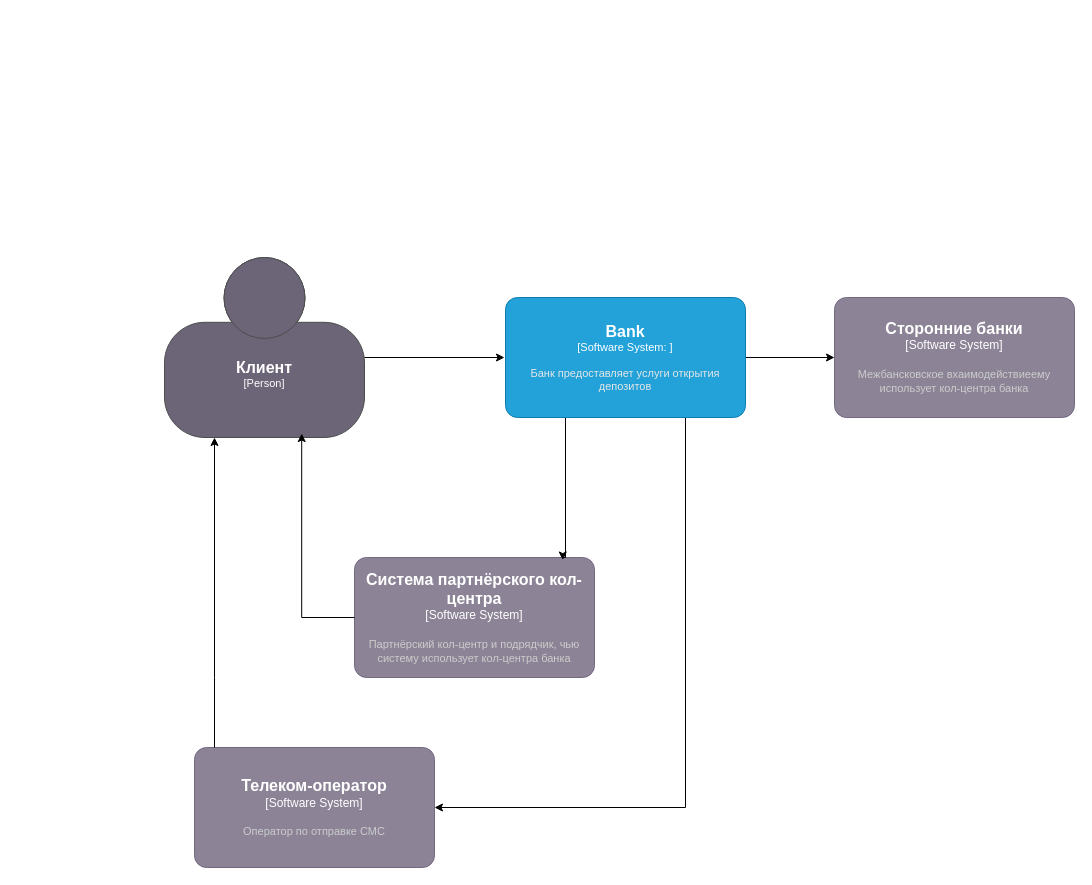
The draw.io diagram Task3/Context.drawio in alexii-potapov/architecture-standart, before the edit. Source tidied: cells renumbered, new cells numbered last; positions are measured from the earlier drawing's top-left corner, leaving out a move shared by most shapes. Both pictures are drawn from the tidied source at 100%, with x=0, y=0 at pixel (164, 257).
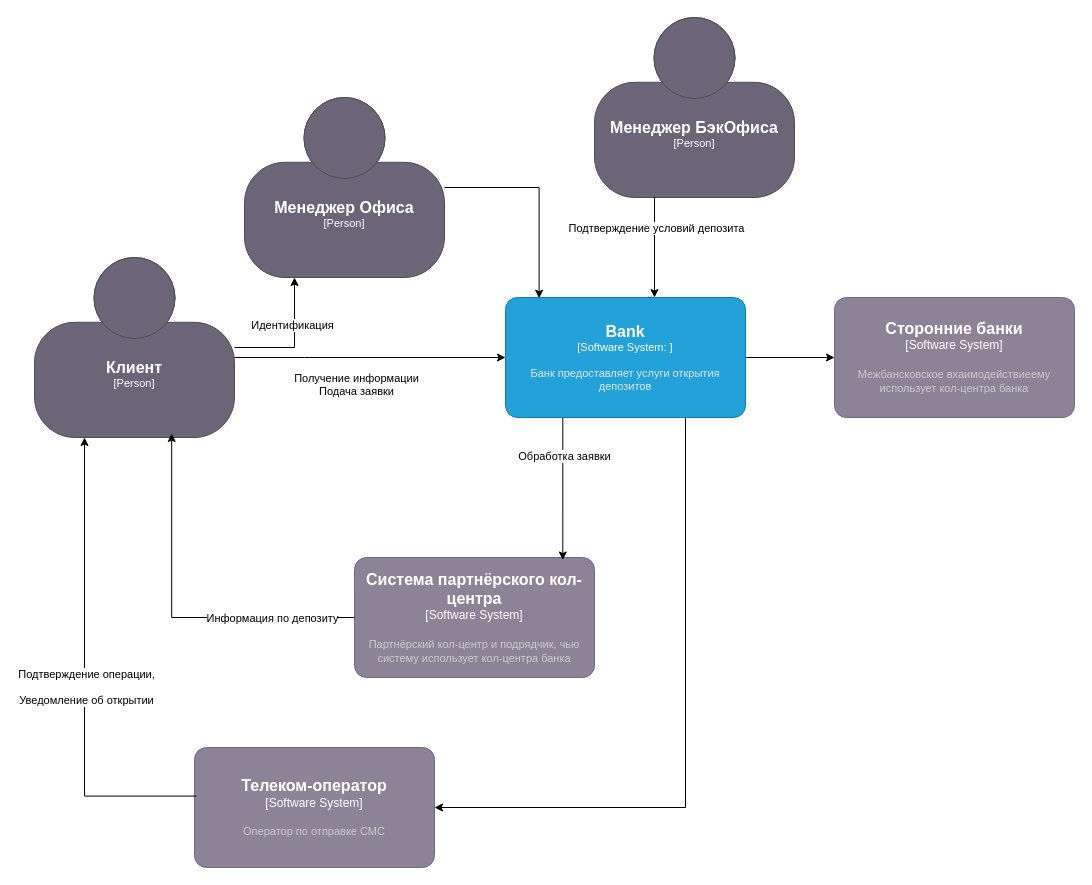
Above is the later version.

Unchanged cells that the change refers to:
```xml
<object id="3" label="&lt;font style=&quot;font-size: 16px&quot;&gt;&lt;b&gt;%c4Name%&lt;/b&gt;&lt;/font&gt;&lt;div&gt;[%c4Type%]&lt;/div&gt;&lt;br&gt;&lt;div&gt;&lt;font style=&quot;font-size: 11px&quot;&gt;&lt;font color=&quot;#cccccc&quot;&gt;%c4Description%&lt;/font&gt;&lt;/div&gt;" c4Description="Оператор по отправке СМС" c4Name="Телеком-оператор" c4Type="Software System" placeholders="1">
  <mxCell style="rounded=1;whiteSpace=wrap;html=1;labelBackgroundColor=none;fillColor=#8C8496;fontColor=#ffffff;align=center;arcSize=10;strokeColor=#736782;points=[[0.25,0,0],[0.5,0,0],[0.75,0,0],[1,0.25,0],[1,0.5,0],[1,0.75,0],[0.75,1,0],[0.5,1,0],[0.25,1,0],[0,0.75,0],[0,0.5,0],[0,0.25,0]];" parent="1" vertex="1">
    <mxGeometry x="30" y="490" width="240" height="120" as="geometry" />
  </mxCell>
</object>
<object id="4" label="&lt;font style=&quot;font-size: 16px&quot;&gt;&lt;b&gt;%c4Name%&lt;/b&gt;&lt;/font&gt;&lt;div&gt;[%c4Type%]&lt;/div&gt;&lt;br&gt;&lt;div&gt;&lt;font style=&quot;font-size: 11px&quot;&gt;&lt;font color=&quot;#cccccc&quot;&gt;%c4Description%&lt;/font&gt;&lt;/div&gt;" c4Description="Партнёрский кол-центр и подрядчик, чью систему использует кол-центра банка" c4Name="Система партнёрского кол-центра" c4Type="Software System" placeholders="1">
  <mxCell style="rounded=1;whiteSpace=wrap;html=1;labelBackgroundColor=none;fillColor=#8C8496;fontColor=#ffffff;align=center;arcSize=10;strokeColor=#736782;points=[[0.25,0,0],[0.5,0,0],[0.75,0,0],[1,0.25,0],[1,0.5,0],[1,0.75,0],[0.75,1,0],[0.5,1,0],[0.25,1,0],[0,0.75,0],[0,0.5,0],[0,0.25,0]];" parent="1" vertex="1">
    <mxGeometry x="190" y="300" width="240" height="120" as="geometry" />
  </mxCell>
</object>
<mxCell id="8" style="edgeStyle=orthogonalEdgeStyle;rounded=0;jettySize=auto;html=1;entryX=0.686;entryY=0.978;entryDx=0;entryDy=0;entryPerimeter=0;exitX=0;exitY=0.5;exitDx=0;exitDy=0;exitPerimeter=0;" parent="1" edge="1" source="4" target="2">
  <mxGeometry relative="1" as="geometry" />
</mxCell>
<object id="11" label="&lt;font style=&quot;font-size: 16px&quot;&gt;&lt;b&gt;%c4Name%&lt;/b&gt;&lt;/font&gt;&lt;div&gt;[%c4Type%: %c4Technology%]&lt;/div&gt;&lt;br&gt;&lt;div&gt;&lt;font style=&quot;font-size: 11px&quot;&gt;&lt;font color=&quot;#E6E6E6&quot;&gt;%c4Description%&lt;/font&gt;&lt;/div&gt;" c4Description="Банк предоставляет услуги открытия депозитов" c4Name="Bank" c4Technology="" c4Type="Software System" placeholders="1">
  <mxCell style="rounded=1;whiteSpace=wrap;html=1;fontSize=11;labelBackgroundColor=none;fillColor=#23A2D9;fontColor=#ffffff;align=center;arcSize=10;strokeColor=#0E7DAD;points=[[0.25,0,0],[0.5,0,0],[0.75,0,0],[1,0.25,0],[1,0.5,0],[1,0.75,0],[0.75,1,0],[0.5,1,0],[0.25,1,0],[0,0.75,0],[0,0.5,0],[0,0.25,0]];" parent="1" vertex="1">
    <mxGeometry x="341" y="40" width="240" height="120" as="geometry" />
  </mxCell>
</object>
```

The edit, as a diff of the source:
```diff
@@
     <object id="2" label="&lt;font style=&quot;font-size: 16px&quot;&gt;&lt;b&gt;%c4Name%&lt;/b&gt;&lt;/font&gt;&lt;div&gt;[%c4Type%]&lt;/div&gt;&lt;br&gt;&lt;div&gt;&lt;font style=&quot;font-size: 11px&quot;&gt;&lt;font color=&quot;#cccccc&quot;&gt;%c4Description%&lt;/font&gt;&lt;/div&gt;" c4Description="" c4Name="Клиент" c4Type="Person" placeholders="1">
       <mxCell style="html=1;fontSize=11;dashed=0;whiteSpace=wrap;fillColor=#6C6477;strokeColor=#4D4D4D;fontColor=#ffffff;shape=mxgraph.c4.person2;align=center;points=[[0.5,0,0],[1,0.5,0],[1,0.75,0],[0.75,1,0],[0.5,1,0],[0.25,1,0],[0,0.75,0],[0,0.5,0]];" parent="1" vertex="1">
-        <mxGeometry width="200" height="180" as="geometry" />
+        <mxGeometry x="-130" width="200" height="180" as="geometry" />
       </mxCell>
     </object>
@@
-    <mxCell id="6" style="edgeStyle=orthogonalEdgeStyle;rounded=0;jettySize=auto;html=1;entryX=0.25;entryY=1;entryDx=0;entryDy=0;entryPerimeter=0;" parent="1" edge="1" source="3" target="2">
+    <mxCell id="6" style="edgeStyle=orthogonalEdgeStyle;rounded=0;jettySize=auto;html=1;entryX=0.25;entryY=1;entryDx=0;entryDy=0;entryPerimeter=0;exitX=0.008;exitY=0.405;exitDx=0;exitDy=0;exitPerimeter=0;" parent="1" edge="1" source="3" target="2">
       <mxGeometry relative="1" as="geometry">
         <Array as="points">
-          <mxPoint x="50" y="420" />
-          <mxPoint x="50" y="420" />
+          <mxPoint x="-80" y="539" />
         </Array>
       </mxGeometry>
     </mxCell>
+    <mxCell id="13" value="Подтверждение операции,&lt;br&gt;&lt;br&gt;Уведомление об открытии" style="edgeLabel;html=1;align=center;verticalAlign=middle;" parent="6" vertex="1">
+      <mxGeometry x="-0.06" y="-1" relative="1" as="geometry" />
+    </mxCell>
     <mxCell id="7" style="edgeStyle=orthogonalEdgeStyle;rounded=0;jettySize=auto;html=1;entryX=0.868;entryY=0.021;entryDx=0;entryDy=0;entryPerimeter=0;exitX=0.25;exitY=1;exitDx=0;exitDy=0;exitPerimeter=0;" parent="1" edge="1" source="11" target="4">
       <mxGeometry relative="1" as="geometry">
         <Array as="points">
-          <mxPoint x="401" y="300" />
-          <mxPoint x="398" y="300" />
+          <mxPoint x="398" y="160" />
         </Array>
       </mxGeometry>
     </mxCell>
+    <mxCell id="14" value="&lt;div style=&quot;font-family: Consolas, &amp;quot;Courier New&amp;quot;, monospace; font-size: 14px; line-height: 19px; white-space-collapse: preserve;&quot;&gt;&lt;br&gt;&lt;/div&gt;" style="edgeLabel;html=1;align=center;verticalAlign=middle;" parent="7" vertex="1">
+      <mxGeometry x="0.01" y="2" relative="1" as="geometry">
+        <mxPoint y="1" as="offset" />
+      </mxGeometry>
+    </mxCell>
+    <mxCell id="15" value="Обработка заявки" style="edgeLabel;html=1;align=center;verticalAlign=middle;" parent="7" vertex="1">
+      <mxGeometry x="-0.43" y="1" relative="1" as="geometry" />
+    </mxCell>
@@
-    <mxCell id="9" style="edgeStyle=orthogonalEdgeStyle;rounded=0;jettySize=auto;html=1;" parent="1" edge="1" source="2">
-      <mxGeometry relative="1" as="geometry">
-        <mxPoint x="340" y="100" as="targetPoint" />
-        <Array as="points">
-          <mxPoint x="175" y="100" />
-          <mxPoint x="340" y="101" />
-        </Array>
-      </mxGeometry>
-    </mxCell>
+    <mxCell id="16" value="Информация по депозиту" style="edgeLabel;html=1;align=center;verticalAlign=middle;" parent="8" vertex="1">
+      <mxGeometry x="-0.55" relative="1" as="geometry" />
+    </mxCell>
@@
+    <object id="17" label="&lt;font style=&quot;font-size: 16px&quot;&gt;&lt;b&gt;%c4Name%&lt;/b&gt;&lt;/font&gt;&lt;div&gt;[%c4Type%]&lt;/div&gt;&lt;br&gt;&lt;div&gt;&lt;font style=&quot;font-size: 11px&quot;&gt;&lt;font color=&quot;#cccccc&quot;&gt;%c4Description%&lt;/font&gt;&lt;/div&gt;" c4Description="" c4Name="Менеджер БэкОфиса" c4Type="Person" placeholders="1">
+      <mxCell style="html=1;fontSize=11;dashed=0;whiteSpace=wrap;fillColor=#6C6477;strokeColor=#4D4D4D;fontColor=#ffffff;shape=mxgraph.c4.person2;align=center;points=[[0.5,0,0],[1,0.5,0],[1,0.75,0],[0.75,1,0],[0.5,1,0],[0.25,1,0],[0,0.75,0],[0,0.5,0]];" parent="1" vertex="1">
+        <mxGeometry x="430" y="-240" width="200" height="180" as="geometry" />
+      </mxCell>
+    </object>
+    <mxCell id="18" style="edgeStyle=orthogonalEdgeStyle;rounded=0;jettySize=auto;html=1;" parent="1" edge="1" source="17">
+      <mxGeometry relative="1" as="geometry">
+        <mxPoint x="490" y="40" as="targetPoint" />
+        <Array as="points">
+          <mxPoint x="490" y="40" />
+        </Array>
+      </mxGeometry>
+    </mxCell>
+    <mxCell id="19" value="Подтверждение условий депозита" style="edgeLabel;html=1;align=center;verticalAlign=middle;" parent="18" vertex="1">
+      <mxGeometry x="-0.41" y="1" relative="1" as="geometry" />
+    </mxCell>
+    <object id="20" label="&lt;font style=&quot;font-size: 16px&quot;&gt;&lt;b&gt;%c4Name%&lt;/b&gt;&lt;/font&gt;&lt;div&gt;[%c4Type%]&lt;/div&gt;&lt;br&gt;&lt;div&gt;&lt;font style=&quot;font-size: 11px&quot;&gt;&lt;font color=&quot;#cccccc&quot;&gt;%c4Description%&lt;/font&gt;&lt;/div&gt;" c4Description="" c4Name="Менеджер Офиса" c4Type="Person" placeholders="1">
+      <mxCell style="html=1;fontSize=11;dashed=0;whiteSpace=wrap;fillColor=#6C6477;strokeColor=#4D4D4D;fontColor=#ffffff;shape=mxgraph.c4.person2;align=center;points=[[0.5,0,0],[1,0.5,0],[1,0.75,0],[0.75,1,0],[0.5,1,0],[0.25,1,0],[0,0.75,0],[0,0.5,0]];" parent="1" vertex="1">
+        <mxGeometry x="80" y="-160" width="200" height="180" as="geometry" />
+      </mxCell>
+    </object>
+    <mxCell id="21" style="edgeStyle=orthogonalEdgeStyle;rounded=0;jettySize=auto;html=1;entryX=0;entryY=0.5;entryDx=0;entryDy=0;entryPerimeter=0;" parent="1" edge="1" source="2" target="11">
+      <mxGeometry relative="1" as="geometry">
+        <Array as="points">
+          <mxPoint x="140" y="100" />
+          <mxPoint x="140" y="100" />
+        </Array>
+      </mxGeometry>
+    </mxCell>
+    <mxCell id="22" value="&lt;div&gt;&lt;br&gt;&lt;/div&gt;&lt;div&gt;Получение информации&lt;br&gt;Подача заявки&lt;/div&gt;" style="edgeLabel;html=1;align=center;verticalAlign=middle;" parent="21" vertex="1">
+      <mxGeometry x="-0.33" y="-3" relative="1" as="geometry">
+        <mxPoint x="30" y="17" as="offset" />
+      </mxGeometry>
+    </mxCell>
+    <mxCell id="23" style="edgeStyle=orthogonalEdgeStyle;rounded=0;jettySize=auto;html=1;entryX=0.25;entryY=1;entryDx=0;entryDy=0;entryPerimeter=0;" parent="1" edge="1" source="2" target="20">
+      <mxGeometry relative="1" as="geometry" />
+    </mxCell>
+    <mxCell id="24" value="&lt;div style=&quot;line-height: 19px; white-space-collapse: preserve; font-size: 14px; font-family: Consolas, &amp;quot;Courier New&amp;quot;, monospace;&quot;&gt;&lt;br&gt;&lt;/div&gt;" style="edgeLabel;html=1;align=center;verticalAlign=middle;" parent="23" vertex="1">
+      <mxGeometry x="0.24" y="1" relative="1" as="geometry" />
+    </mxCell>
+    <mxCell id="25" value="Идентификация" style="edgeLabel;html=1;align=center;verticalAlign=middle;" parent="23" vertex="1">
+      <mxGeometry x="0.27" y="3" relative="1" as="geometry" />
+    </mxCell>
+    <mxCell id="26" style="edgeStyle=orthogonalEdgeStyle;rounded=0;jettySize=auto;html=1;entryX=0.14;entryY=0.006;entryDx=0;entryDy=0;entryPerimeter=0;" parent="1" edge="1" source="20" target="11">
+      <mxGeometry relative="1" as="geometry" />
+    </mxCell>
```
